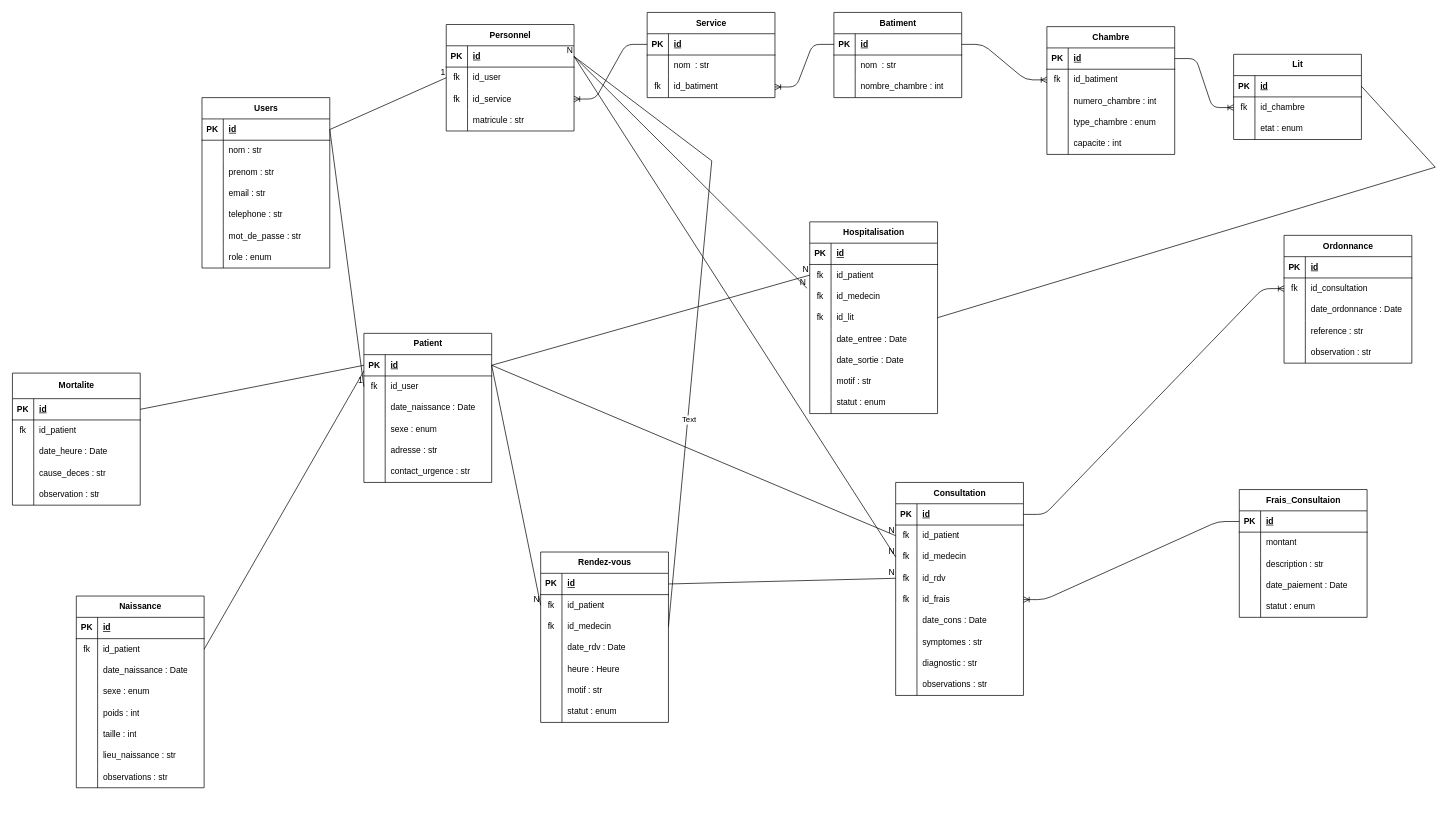
dialloibrahimasorywahab-ui/Sante_Numerique keeps this draw.io diagram as analyse.drawio. Above is the earlier version. Source tidied: cells renumbered, new cells numbered last; positions are measured from the earlier drawing's top-left corner, leaving out a move shared by most shapes. Both pictures are drawn from the tidied source at 71%, with x=0, y=0 at pixel (12, -18).
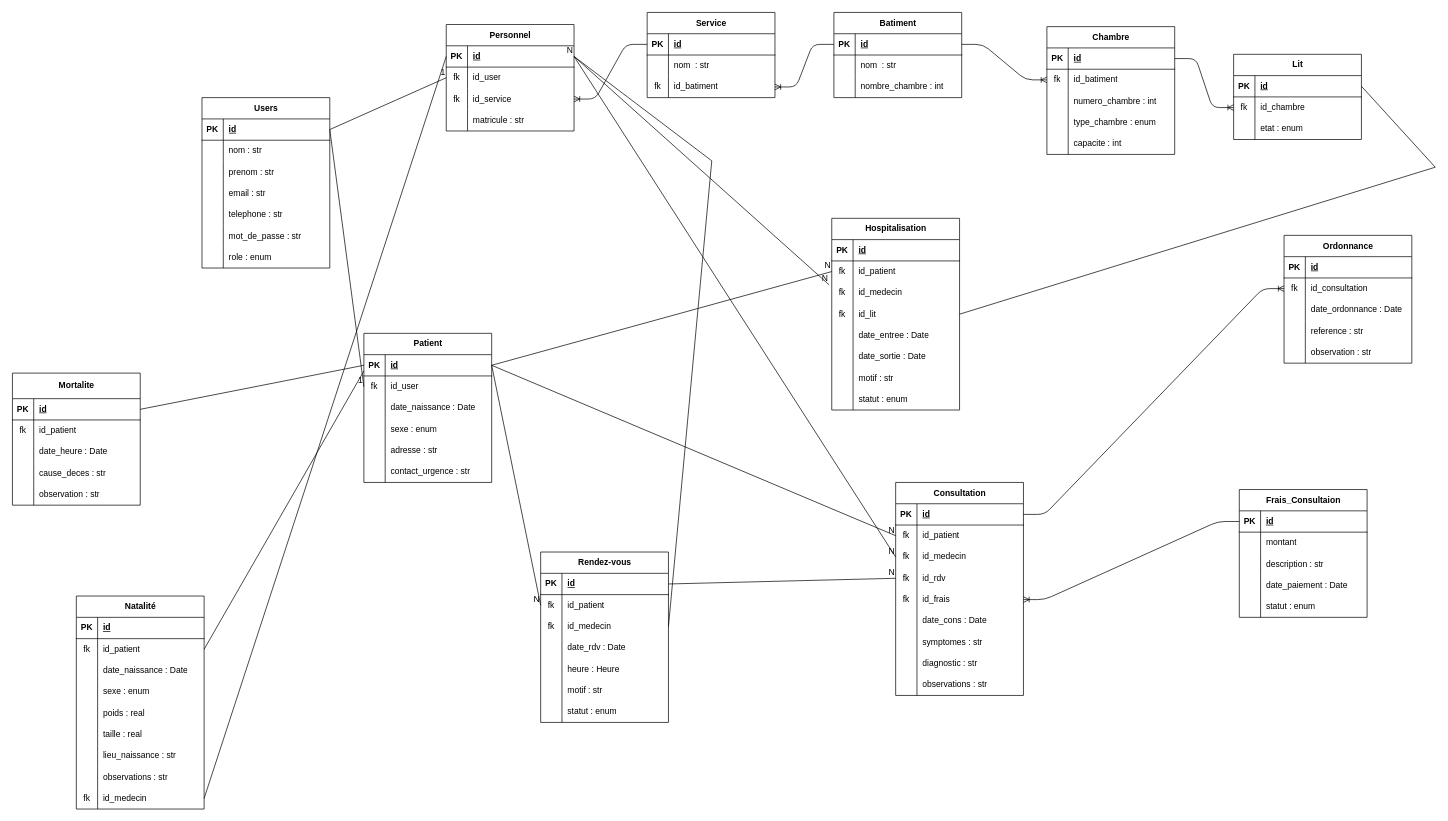
The same diagram, later.

The change refers to these unchanged cells:
```xml
<mxCell id="44" style="shape=tableRow;horizontal=0;startSize=0;swimlaneHead=0;swimlaneBody=0;fillColor=none;points=[[0,0.5],[1,0.5]];portConstraint=eastwest;top=0;left=0;right=0;bottom=1;" parent="43" vertex="1">
  <mxGeometry y="30" width="180" height="30" as="geometry" />
</mxCell>
<mxCell id="222" style="shape=tableRow;horizontal=0;startSize=0;swimlaneHead=0;swimlaneBody=0;fillColor=none;top=0;left=0;right=0;bottom=0;" parent="209" vertex="1">
  <mxGeometry y="150" width="180" height="30" as="geometry" />
</mxCell>
<mxCell id="225" style="shape=tableRow;horizontal=0;startSize=0;swimlaneHead=0;swimlaneBody=0;fillColor=none;top=0;left=0;right=0;bottom=0;" parent="209" vertex="1">
  <mxGeometry y="180" width="180" height="30" as="geometry" />
</mxCell>
<mxCell id="260" style="endArrow=none;html=1;rounded=0;exitX=1;exitY=0.5;exitDx=0;exitDy=0;entryX=1;entryY=0.5;entryDx=0;entryDy=0;" parent="1" edge="1" source="109" target="44">
  <mxGeometry relative="1" as="geometry">
    <Array as="points">
      <mxPoint x="985" y="252" />
    </Array>
  </mxGeometry>
</mxCell>
```

Change to the diagram source:
```diff
@@
     <mxCell id="124" value="Hospitalisation" style="shape=table;startSize=30;childLayout=tableLayout;rowLines=0;fontStyle=1;align=center;html=1;" parent="1" vertex="1">
-      <mxGeometry x="1123" y="338" width="180" height="270" as="geometry" />
+      <mxGeometry x="1154" y="333" width="180" height="270" as="geometry" />
     </mxCell>
@@
-    <mxCell id="209" value="Naissance" style="shape=table;startSize=30;childLayout=tableLayout;rowLines=0;fontStyle=1;align=center;html=1;" parent="1" vertex="1">
-      <mxGeometry x="90" y="865" width="180" height="270" as="geometry" />
+    <mxCell id="209" value="Natalité" style="shape=table;startSize=30;childLayout=tableLayout;rowLines=0;fontStyle=1;align=center;html=1;" parent="1" vertex="1">
+      <mxGeometry x="90" y="865" width="180" height="300" as="geometry" />
     </mxCell>
@@
-    <mxCell id="224" value="poids : int" style="shape=partialRectangle;fillColor=none;top=0;left=0;bottom=0;right=0;align=left;spacingLeft=6;overflow=hidden;whiteSpace=wrap;html=1;" parent="222" vertex="1">
+    <mxCell id="224" value="poids : real" style="shape=partialRectangle;fillColor=none;top=0;left=0;bottom=0;right=0;align=left;spacingLeft=6;overflow=hidden;whiteSpace=wrap;html=1;" parent="222" vertex="1">
       <mxGeometry x="30" width="150" height="30" as="geometry" />
     </mxCell>
@@
-    <mxCell id="227" value="taille : int" style="shape=partialRectangle;fillColor=none;top=0;left=0;bottom=0;right=0;align=left;spacingLeft=6;overflow=hidden;whiteSpace=wrap;html=1;" parent="225" vertex="1">
+    <mxCell id="227" value="taille : real&amp;nbsp;" style="shape=partialRectangle;fillColor=none;top=0;left=0;bottom=0;right=0;align=left;spacingLeft=6;overflow=hidden;whiteSpace=wrap;html=1;" parent="225" vertex="1">
       <mxGeometry x="30" width="150" height="30" as="geometry" />
     </mxCell>
@@
+    <mxCell id="262" style="shape=tableRow;horizontal=0;startSize=0;swimlaneHead=0;swimlaneBody=0;fillColor=none;points=[[0,0.5],[1,0.5]];portConstraint=eastwest;top=0;left=0;right=0;bottom=0;" parent="209" vertex="1">
+      <mxGeometry y="270" width="180" height="30" as="geometry" />
+    </mxCell>
+    <mxCell id="278" value="fk" style="shape=partialRectangle;fillColor=none;top=0;left=0;bottom=0;right=0;overflow=hidden;whiteSpace=wrap;html=1;" parent="262" vertex="1">
+      <mxGeometry width="30" height="30" as="geometry" />
+    </mxCell>
+    <mxCell id="279" value="id_medecin" style="shape=partialRectangle;fillColor=none;top=0;left=0;bottom=0;right=0;align=left;spacingLeft=6;overflow=hidden;whiteSpace=wrap;html=1;" parent="262" vertex="1">
+      <mxGeometry x="30" width="150" height="30" as="geometry" />
+    </mxCell>
@@
-    <mxCell id="262" value="Text" style="edgeLabel;html=1;align=center;verticalAlign=middle;points=[];" parent="260" vertex="1">
-      <mxGeometry x="-0.35" y="-1" relative="1" as="geometry" />
-    </mxCell>
@@
+    <mxCell id="280" style="endArrow=none;html=1;rounded=0;exitX=1;exitY=0.5;exitDx=0;exitDy=0;entryX=0;entryY=0.5;entryDx=0;entryDy=0;" parent="1" edge="1" source="262" target="44">
+      <mxGeometry relative="1" as="geometry" />
+    </mxCell>
```
